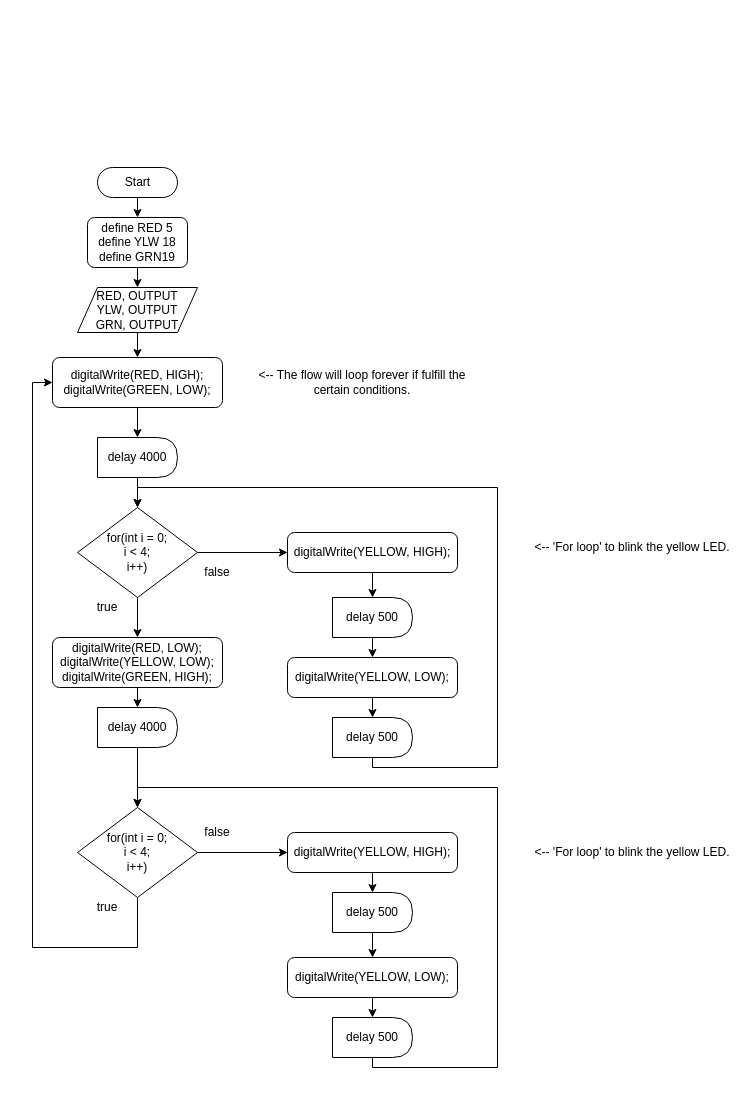
The draw.io diagram ESP32 for Traffic Light scheme.drawio in troders34/troders34, before the edit. Source tidied: cells renumbered, new cells numbered last; positions are measured from the earlier drawing's top-left corner, leaving out a move shared by most shapes. Both pictures are drawn from the tidied source at 100%, with x=0, y=0 at pixel (32, 167).
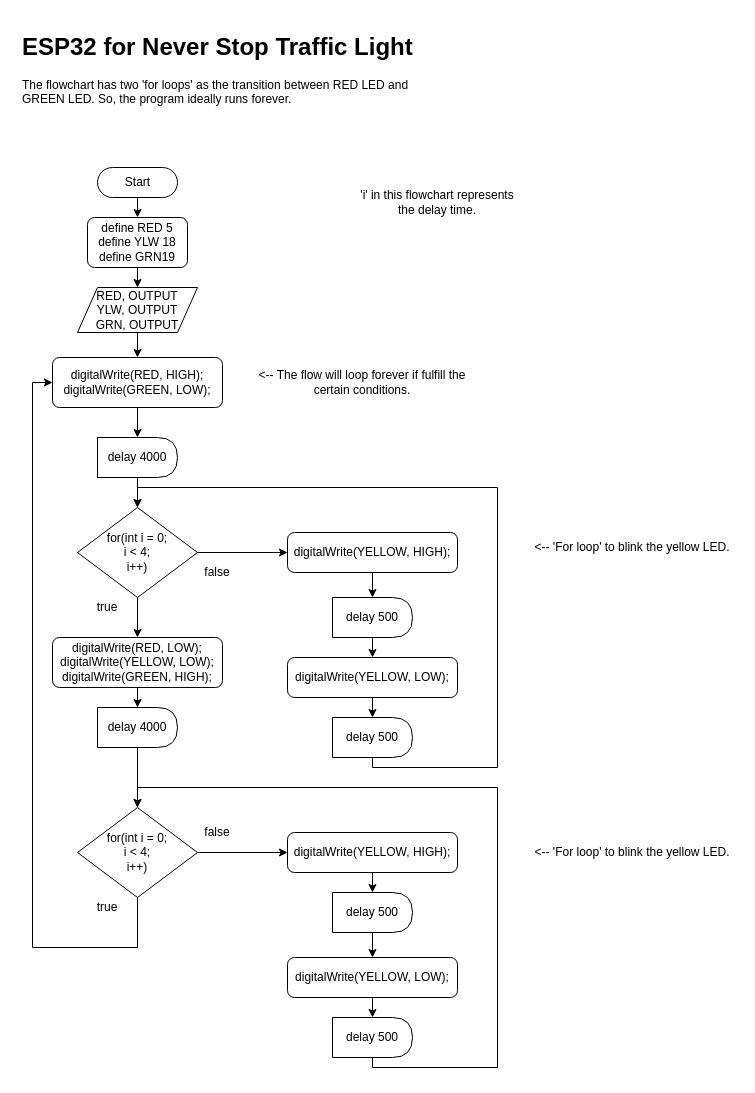
The same page after the edit.

Change to the diagram source:
```diff
@@
+    <mxCell id="45" value="'i' in this flowchart represents the delay time." style="text;html=1;strokeColor=none;fillColor=none;align=center;verticalAlign=middle;whiteSpace=wrap;rounded=0;" parent="1" vertex="1">
+      <mxGeometry x="325" y="20" width="160" height="30" as="geometry" />
+    </mxCell>
+    <mxCell id="46" value="&lt;h1&gt;ESP32 for Never Stop Traffic Light&lt;/h1&gt;&lt;p&gt;The flowchart has two 'for loops' as the transition between RED LED and GREEN LED. So, the program ideally runs forever.&lt;/p&gt;" style="text;html=1;strokeColor=none;fillColor=none;spacing=5;spacingTop=-20;whiteSpace=wrap;overflow=hidden;rounded=0;" parent="1" vertex="1">
+      <mxGeometry x="-15" y="-140" width="420" height="120" as="geometry" />
+    </mxCell>
```
